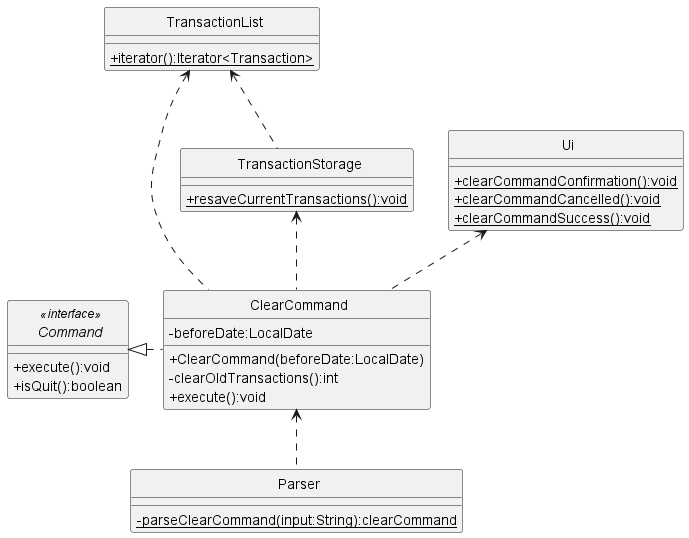
Before: docs/uml-diagrams/ClearCommandClass.png, a diagram exported from PlantUML (rismm/tp).
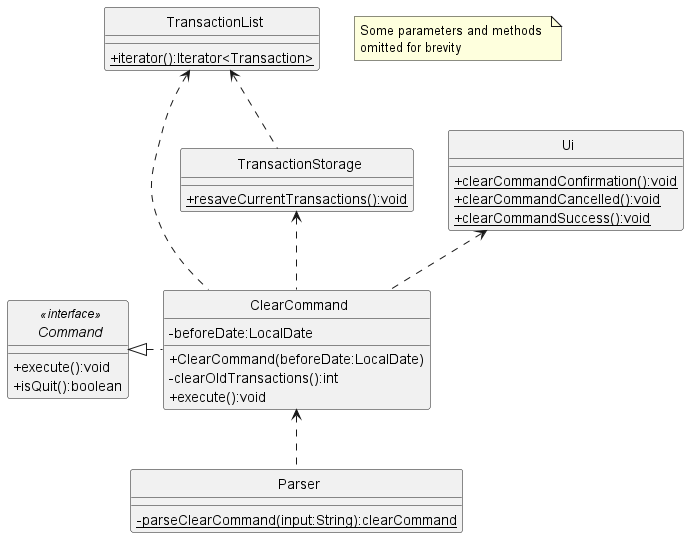
Later version of the same file.

Commit message:
Add clear command to developer guide

The edit, as a diff of the source:
```diff
@@ -47,4 +47,6 @@
     {static}+resaveCurrentTransactions():void
 }
 
+note "Some parameters and methods \nomitted for brevity" as n1
+
 @enduml
```
